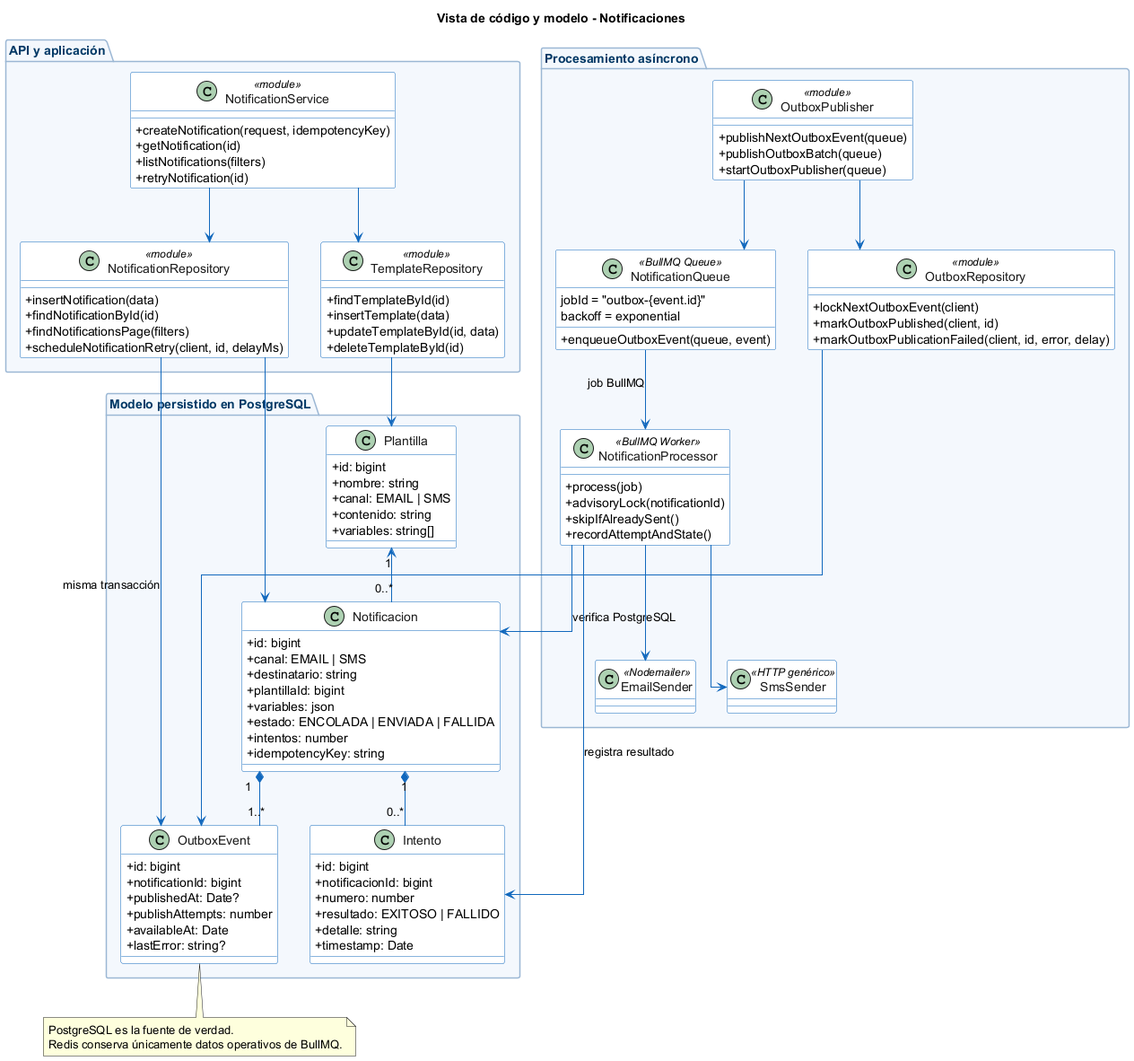
Frosmin/tigoBootcamp keeps this PlantUML diagram as notificaciones-architecture/diagrams/C4/clases/notificaciones-04-clases.png. Above is the earlier version.
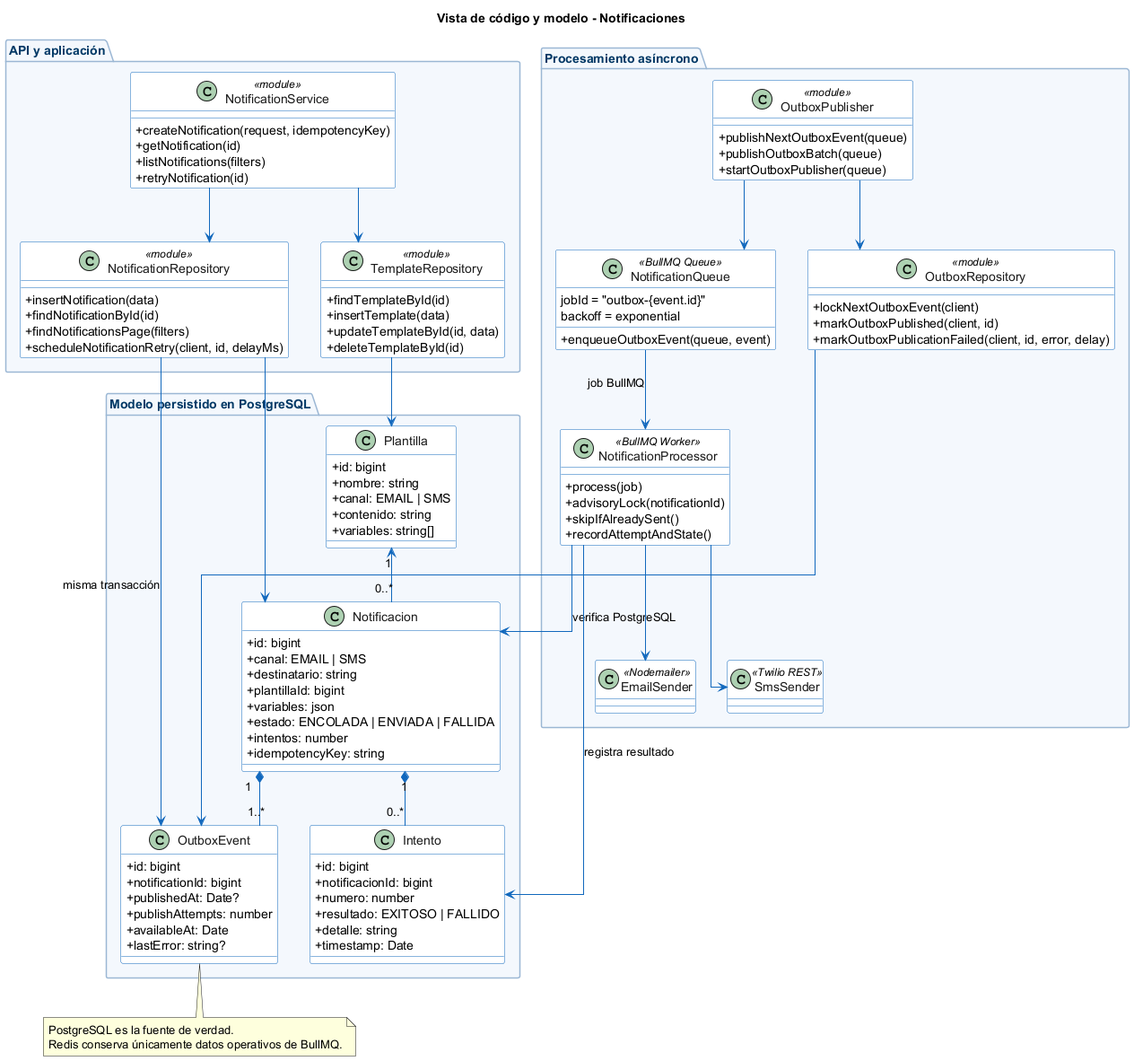
Above is the later version.

The edit, as a diff of the source:
```diff
@@ -111,7 +111,7 @@
     }
 
     class EmailSender <<Nodemailer>>
-    class SmsSender <<HTTP genérico>>
+    class SmsSender <<Twilio REST>>
 }
 
 NotificationService --> NotificationRepository
```
